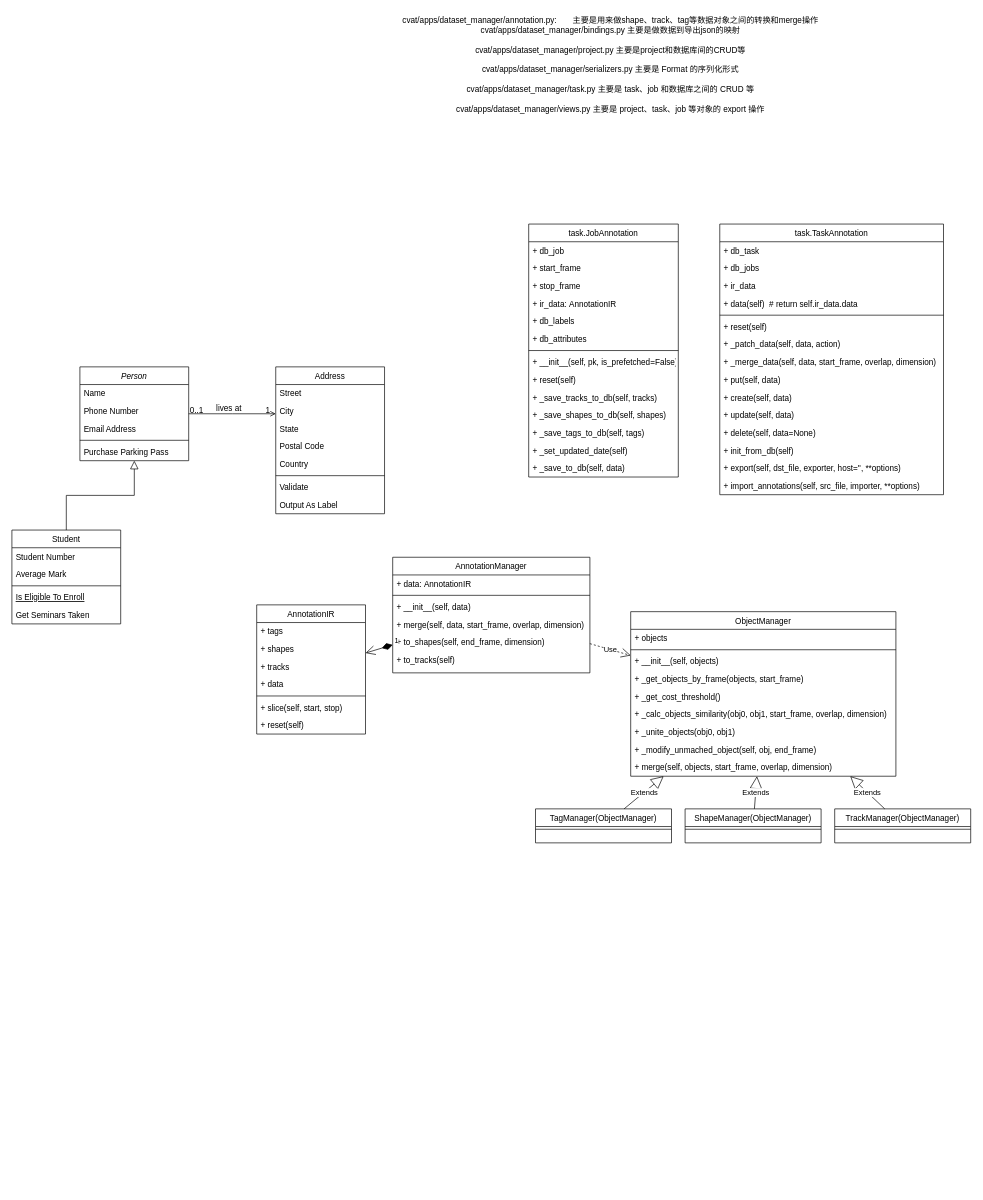
This is cvat.drawio from xulizhi321/drawio-proj, a draw.io file, before an edit. Source tidied: cells renumbered, new cells numbered last; positions are measured from the earlier drawing's top-left corner, leaving out a move shared by most shapes. Both pictures are drawn from the tidied source at 68%, with x=0, y=0 at pixel (12, 12).
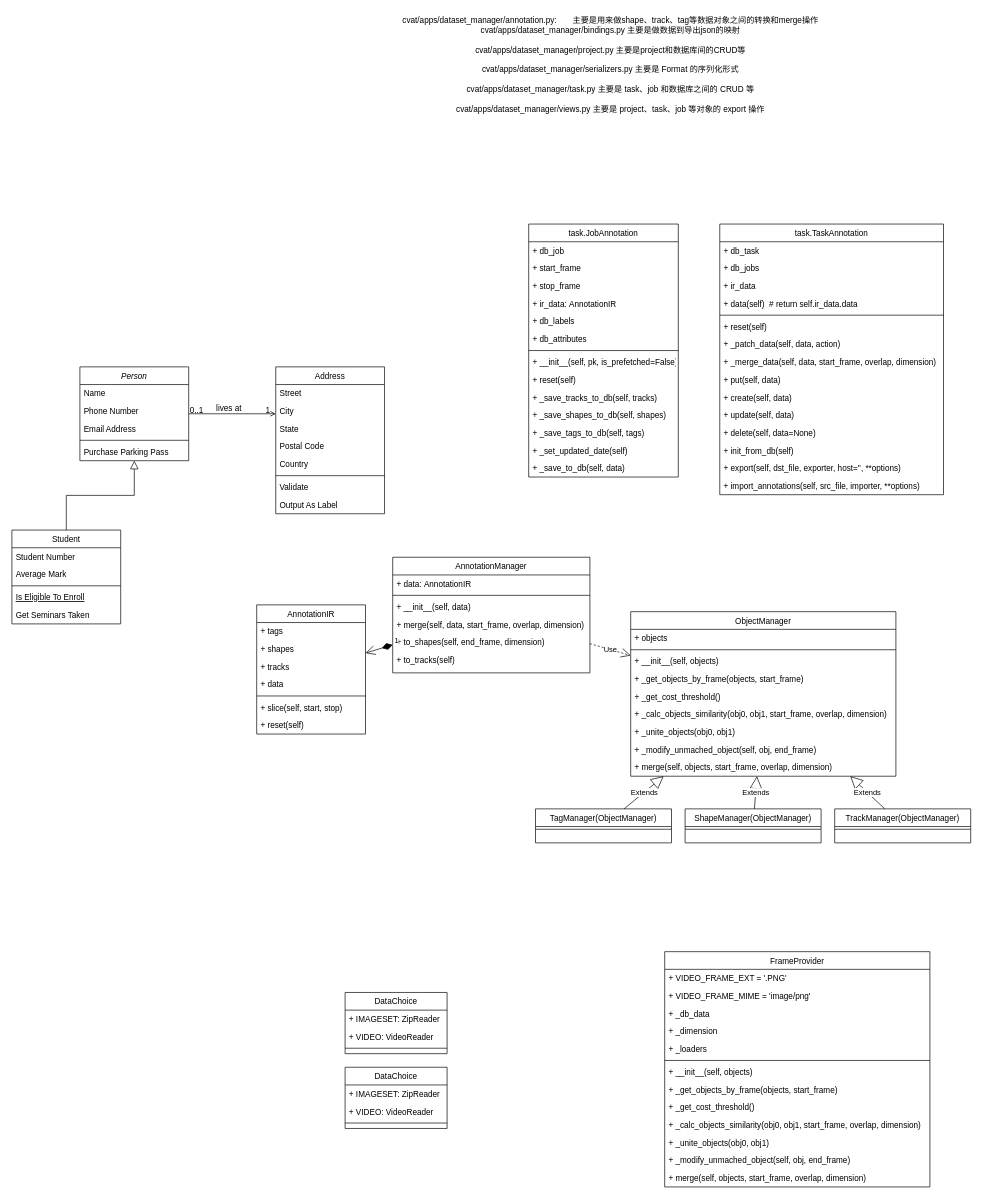
The same diagram, later.

Change to the diagram source:
```diff
@@
+    <mxCell id="96" value="FrameProvider" style="swimlane;fontStyle=0;align=center;verticalAlign=top;horizontal=1;startSize=26;rounded=0;shadow=0;strokeWidth=1;" parent="1" vertex="1">
+      <mxGeometry x="960" y="1382" width="390" height="346" as="geometry" />
+    </mxCell>
+    <mxCell id="97" value="+ VIDEO_FRAME_EXT = '.PNG'" style="text;align=left;verticalAlign=top;spacingLeft=4;spacingRight=4;overflow=hidden;" parent="96" vertex="1">
+      <mxGeometry y="26" width="390" height="26" as="geometry" />
+    </mxCell>
+    <mxCell id="98" value="+ VIDEO_FRAME_MIME = 'image/png'" style="text;align=left;verticalAlign=top;spacingLeft=4;spacingRight=4;overflow=hidden;" parent="96" vertex="1">
+      <mxGeometry y="52" width="390" height="26" as="geometry" />
+    </mxCell>
+    <mxCell id="99" value="+ _db_data" style="text;align=left;verticalAlign=top;spacingLeft=4;spacingRight=4;overflow=hidden;" parent="96" vertex="1">
+      <mxGeometry y="78" width="390" height="26" as="geometry" />
+    </mxCell>
+    <mxCell id="100" value="+ _dimension" style="text;align=left;verticalAlign=top;spacingLeft=4;spacingRight=4;overflow=hidden;" parent="96" vertex="1">
+      <mxGeometry y="104" width="390" height="26" as="geometry" />
+    </mxCell>
+    <mxCell id="101" value="+ _loaders" style="text;align=left;verticalAlign=top;spacingLeft=4;spacingRight=4;overflow=hidden;" parent="96" vertex="1">
+      <mxGeometry y="130" width="390" height="26" as="geometry" />
+    </mxCell>
+    <mxCell id="102" style="line;html=1;strokeWidth=1;align=left;verticalAlign=middle;spacingTop=-1;spacingLeft=3;spacingRight=3;labelPosition=right;" parent="96" vertex="1">
+      <mxGeometry y="156" width="390" height="8" as="geometry" />
+    </mxCell>
+    <mxCell id="103" value="+ __init__(self, objects)" style="text;align=left;verticalAlign=top;spacingLeft=4;spacingRight=4;overflow=hidden;" parent="96" vertex="1">
+      <mxGeometry y="164" width="390" height="26" as="geometry" />
+    </mxCell>
+    <mxCell id="104" value="+ _get_objects_by_frame(objects, start_frame)" style="text;align=left;verticalAlign=top;spacingLeft=4;spacingRight=4;overflow=hidden;" parent="96" vertex="1">
+      <mxGeometry y="190" width="390" height="26" as="geometry" />
+    </mxCell>
+    <mxCell id="105" value="+ _get_cost_threshold()" style="text;align=left;verticalAlign=top;spacingLeft=4;spacingRight=4;overflow=hidden;" parent="96" vertex="1">
+      <mxGeometry y="216" width="390" height="26" as="geometry" />
+    </mxCell>
+    <mxCell id="106" value="+ _calc_objects_similarity(obj0, obj1, start_frame, overlap, dimension)" style="text;align=left;verticalAlign=top;spacingLeft=4;spacingRight=4;overflow=hidden;" parent="96" vertex="1">
+      <mxGeometry y="242" width="390" height="26" as="geometry" />
+    </mxCell>
+    <mxCell id="107" value="+ _unite_objects(obj0, obj1)" style="text;align=left;verticalAlign=top;spacingLeft=4;spacingRight=4;overflow=hidden;" parent="96" vertex="1">
+      <mxGeometry y="268" width="390" height="26" as="geometry" />
+    </mxCell>
+    <mxCell id="108" value="+ _modify_unmached_object(self, obj, end_frame)" style="text;align=left;verticalAlign=top;spacingLeft=4;spacingRight=4;overflow=hidden;" parent="96" vertex="1">
+      <mxGeometry y="294" width="390" height="26" as="geometry" />
+    </mxCell>
+    <mxCell id="109" value="+ merge(self, objects, start_frame, overlap, dimension)" style="text;align=left;verticalAlign=top;spacingLeft=4;spacingRight=4;overflow=hidden;" parent="96" vertex="1">
+      <mxGeometry y="320" width="390" height="26" as="geometry" />
+    </mxCell>
+    <mxCell id="110" value="DataChoice" style="swimlane;fontStyle=0;align=center;verticalAlign=top;horizontal=1;startSize=26;rounded=0;shadow=0;strokeWidth=1;" parent="1" vertex="1">
+      <mxGeometry x="490" y="1442" width="150" height="90" as="geometry" />
+    </mxCell>
+    <mxCell id="111" value="+ IMAGESET: ZipReader" style="text;align=left;verticalAlign=top;spacingLeft=4;spacingRight=4;overflow=hidden;" parent="110" vertex="1">
+      <mxGeometry y="26" width="150" height="26" as="geometry" />
+    </mxCell>
+    <mxCell id="112" value="+ VIDEO: VideoReader" style="text;align=left;verticalAlign=top;spacingLeft=4;spacingRight=4;overflow=hidden;" parent="110" vertex="1">
+      <mxGeometry y="52" width="150" height="26" as="geometry" />
+    </mxCell>
+    <mxCell id="113" style="line;html=1;strokeWidth=1;align=left;verticalAlign=middle;spacingTop=-1;spacingLeft=3;spacingRight=3;labelPosition=right;" parent="110" vertex="1">
+      <mxGeometry y="78" width="150" height="8" as="geometry" />
+    </mxCell>
+    <mxCell id="114" value="DataChoice" style="swimlane;fontStyle=0;align=center;verticalAlign=top;horizontal=1;startSize=26;rounded=0;shadow=0;strokeWidth=1;" parent="1" vertex="1">
+      <mxGeometry x="490" y="1552" width="150" height="90" as="geometry" />
+    </mxCell>
+    <mxCell id="115" value="+ IMAGESET: ZipReader" style="text;align=left;verticalAlign=top;spacingLeft=4;spacingRight=4;overflow=hidden;" parent="114" vertex="1">
+      <mxGeometry y="26" width="150" height="26" as="geometry" />
+    </mxCell>
+    <mxCell id="116" value="+ VIDEO: VideoReader" style="text;align=left;verticalAlign=top;spacingLeft=4;spacingRight=4;overflow=hidden;" parent="114" vertex="1">
+      <mxGeometry y="52" width="150" height="26" as="geometry" />
+    </mxCell>
+    <mxCell id="117" style="line;html=1;strokeWidth=1;align=left;verticalAlign=middle;spacingTop=-1;spacingLeft=3;spacingRight=3;labelPosition=right;" parent="114" vertex="1">
+      <mxGeometry y="78" width="150" height="8" as="geometry" />
+    </mxCell>
```
